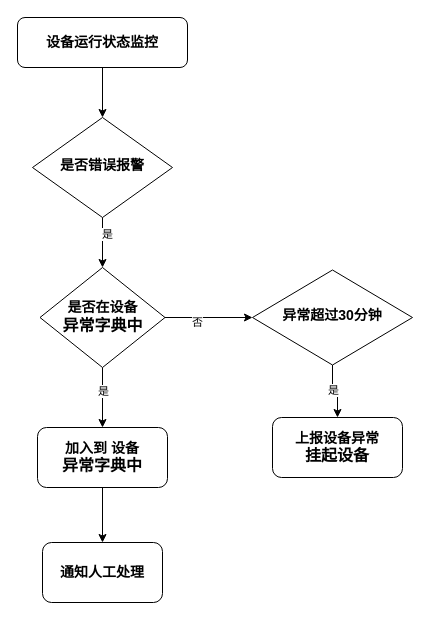
The draw.io diagram 设备异常流程处理.drawio in jglie/Hello-World, before the edit. Source tidied: cells renumbered, new cells numbered last; positions are measured from the earlier drawing's top-left corner, leaving out a move shared by most shapes. Both pictures are drawn from the tidied source at 100%, with x=0, y=0 at pixel (17, 17).
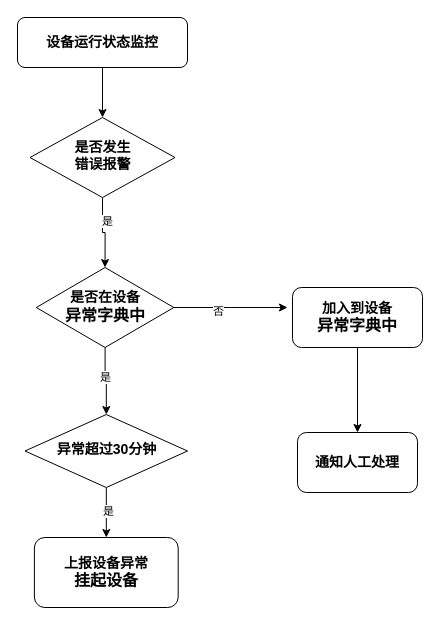
The same page after the edit.

Commit message:
更新设备异常流程处理.drawio

What changed in the source:
```diff
@@
-    <mxCell id="6" value="&lt;font style=&quot;font-size: 14px;&quot;&gt;&lt;b&gt;是否错误报警&lt;/b&gt;&lt;/font&gt;" style="rhombus;whiteSpace=wrap;html=1;shadow=0;fontFamily=Helvetica;fontSize=12;align=center;strokeWidth=1;spacing=6;spacingTop=-4;" parent="1" vertex="1">
-      <mxGeometry x="15" y="100" width="140" height="100" as="geometry" />
+    <mxCell id="6" value="&lt;font style=&quot;font-size: 14px;&quot;&gt;&lt;b&gt;是否发生&lt;/b&gt;&lt;/font&gt;&lt;div&gt;&lt;font style=&quot;font-size: 14px;&quot;&gt;&lt;b&gt;错误报警&lt;/b&gt;&lt;/font&gt;&lt;/div&gt;" style="rhombus;whiteSpace=wrap;html=1;shadow=0;fontFamily=Helvetica;fontSize=12;align=center;strokeWidth=1;spacing=6;spacingTop=-4;" parent="1" vertex="1">
+      <mxGeometry x="12.5" y="100" width="145" height="80" as="geometry" />
     </mxCell>
-    <mxCell id="7" style="edgeStyle=orthogonalEdgeStyle;rounded=0;jettySize=auto;html=1;entryX=0.5;entryY=0;entryDx=0;entryDy=0;" parent="1" edge="1" source="9" target="11">
-      <mxGeometry relative="1" as="geometry" />
-    </mxCell>
+    <mxCell id="16" style="edgeStyle=orthogonalEdgeStyle;rounded=0;jettySize=auto;html=1;" parent="1" edge="1" source="9" target="15">
+      <mxGeometry relative="1" as="geometry" />
+    </mxCell>
-    <mxCell id="8" value="是" style="edgeLabel;html=1;align=center;verticalAlign=middle;" parent="7" vertex="1">
-      <mxGeometry x="-0.25" relative="1" as="geometry" />
+    <mxCell id="8" value="是" style="edgeLabel;html=1;align=center;verticalAlign=middle;" parent="16" vertex="1">
+      <mxGeometry x="-0.12" relative="1" as="geometry" />
     </mxCell>
+    <mxCell id="19" style="edgeStyle=orthogonalEdgeStyle;rounded=0;jettySize=auto;html=1;" parent="1" edge="1" source="9">
+      <mxGeometry relative="1" as="geometry">
+        <mxPoint x="270" y="290" as="targetPoint" />
+      </mxGeometry>
+    </mxCell>
+    <mxCell id="17" value="否" style="edgeLabel;html=1;align=center;verticalAlign=middle;" parent="19" vertex="1">
+      <mxGeometry x="-0.23" y="-3" relative="1" as="geometry" />
+    </mxCell>
     <mxCell id="9" value="&lt;div&gt;&lt;font style=&quot;font-size: 14px;&quot;&gt;&lt;b style=&quot;&quot;&gt;&lt;br&gt;&lt;/b&gt;&lt;/font&gt;&lt;/div&gt;&lt;font style=&quot;font-size: 14px;&quot;&gt;&lt;b style=&quot;&quot;&gt;是否在设备&lt;/b&gt;&lt;/font&gt;&lt;div&gt;&lt;font size=&quot;3&quot;&gt;&lt;b&gt;异常字典中&lt;/b&gt;&lt;/font&gt;&lt;div&gt;&lt;br&gt;&lt;/div&gt;&lt;/div&gt;" style="rhombus;whiteSpace=wrap;html=1;shadow=0;fontFamily=Helvetica;fontSize=12;align=center;strokeWidth=1;spacing=6;spacingTop=-4;" parent="1" vertex="1">
-      <mxGeometry x="22.5" y="250" width="125" height="100" as="geometry" />
+      <mxGeometry x="18.8" y="250" width="137.5" height="80" as="geometry" />
     </mxCell>
@@
-    <mxCell id="11" value="&lt;font style=&quot;font-size: 14px;&quot;&gt;&lt;b&gt;加入到 设备&lt;/b&gt;&lt;/font&gt;&lt;div&gt;&lt;font size=&quot;3&quot;&gt;&lt;b&gt;异常字典中&lt;/b&gt;&lt;/font&gt;&lt;/div&gt;" style="rounded=1;whiteSpace=wrap;html=1;fontSize=12;glass=0;strokeWidth=1;shadow=0;" parent="1" vertex="1">
-      <mxGeometry x="20" y="410" width="130" height="60" as="geometry" />
+    <mxCell id="11" value="&lt;font style=&quot;font-size: 14px;&quot;&gt;&lt;b&gt;加入到设备&lt;/b&gt;&lt;/font&gt;&lt;div&gt;&lt;font size=&quot;3&quot;&gt;&lt;b&gt;异常字典中&lt;/b&gt;&lt;/font&gt;&lt;/div&gt;" style="rounded=1;whiteSpace=wrap;html=1;fontSize=12;glass=0;strokeWidth=1;shadow=0;" parent="1" vertex="1">
+      <mxGeometry x="275" y="270" width="130" height="60" as="geometry" />
     </mxCell>
     <mxCell id="12" value="&lt;b&gt;&lt;font style=&quot;font-size: 14px;&quot;&gt;通知人工处理&lt;/font&gt;&lt;/b&gt;" style="whiteSpace=wrap;html=1;rounded=1;glass=0;strokeWidth=1;shadow=0;" parent="1" vertex="1">
-      <mxGeometry x="25" y="525" width="120" height="60" as="geometry" />
+      <mxGeometry x="280" y="415" width="120" height="60" as="geometry" />
     </mxCell>
@@
     <mxCell id="15" value="&lt;b&gt;&lt;font style=&quot;font-size: 14px;&quot;&gt;异常超过30分钟&lt;/font&gt;&lt;/b&gt;" style="rhombus;whiteSpace=wrap;html=1;shadow=0;fontFamily=Helvetica;fontSize=12;align=center;strokeWidth=1;spacing=6;spacingTop=-4;" parent="1" vertex="1">
-      <mxGeometry x="235" y="252.5" width="160" height="95" as="geometry" />
+      <mxGeometry x="7.5" y="397" width="162.5" height="73" as="geometry" />
     </mxCell>
-    <mxCell id="16" style="edgeStyle=orthogonalEdgeStyle;rounded=0;jettySize=auto;html=1;entryX=0;entryY=0.5;entryDx=0;entryDy=0;" parent="1" edge="1" source="9" target="15">
-      <mxGeometry relative="1" as="geometry" />
-    </mxCell>
-    <mxCell id="17" value="否" style="edgeLabel;html=1;align=center;verticalAlign=middle;" parent="16" vertex="1">
-      <mxGeometry x="-0.27" y="-4" relative="1" as="geometry" />
-    </mxCell>
     <mxCell id="18" value="&lt;font style=&quot;font-size: 14px;&quot;&gt;&lt;b&gt;&lt;font style=&quot;&quot;&gt;上报&lt;/font&gt;&lt;/b&gt;&lt;b&gt;&lt;font style=&quot;&quot;&gt;设备异常&lt;/font&gt;&lt;/b&gt;&lt;/font&gt;&lt;div&gt;&lt;b&gt;&lt;font size=&quot;3&quot;&gt;挂起设备&lt;/font&gt;&lt;/b&gt;&lt;/div&gt;" style="rounded=1;whiteSpace=wrap;html=1;" parent="1" vertex="1">
-      <mxGeometry x="255" y="400" width="130" height="60" as="geometry" />
+      <mxGeometry x="16.9" y="520" width="143.8" height="70" as="geometry" />
     </mxCell>
```
